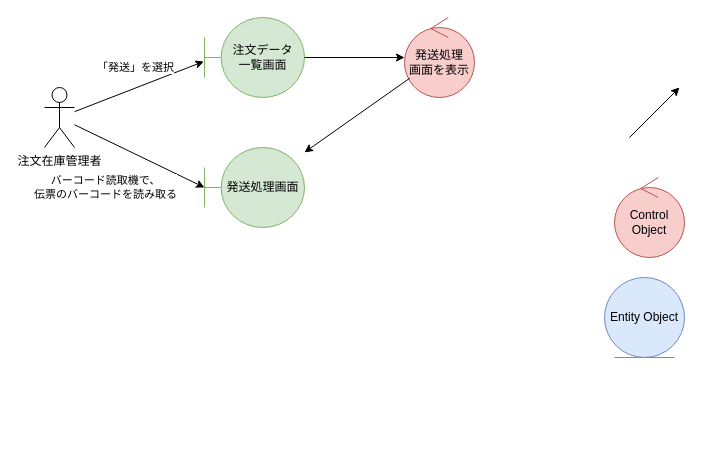
This is BB/analysis_sending.drawio from FujikawaHirono0520/group3_1_dogdog, a draw.io file, before an edit. Source tidied: cells renumbered, new cells numbered last; positions are measured from the earlier drawing's top-left corner, leaving out a move shared by most shapes. Both pictures are drawn from the tidied source at 100%, with x=0, y=0 at pixel (44, 17).
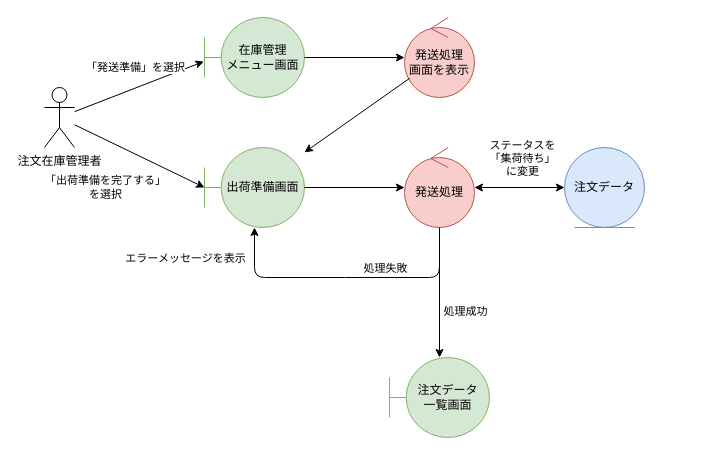
The same diagram, later.

Unchanged cells that the change refers to:
```xml
<mxCell id="6" style="endArrow=classic;html=1;entryX=0;entryY=0.5;entryDx=0;entryDy=0;entryPerimeter=0;" parent="1" edge="1" source="2" target="12">
  <mxGeometry relative="1" as="geometry" />
</mxCell>
<mxCell id="8" style="endArrow=classic;html=1;entryX=-0.007;entryY=0.55;entryDx=0;entryDy=0;entryPerimeter=0;" parent="1" edge="1" source="2" target="3">
  <mxGeometry relative="1" as="geometry" />
</mxCell>
```

Diff of the diagram source:
```diff
@@
-    <mxCell id="3" value="注文データ&lt;div&gt;一覧画面&lt;/div&gt;" style="shape=umlBoundary;whiteSpace=wrap;html=1;fillColor=#d5e8d4;strokeColor=#82b366;" parent="1" vertex="1">
+    <mxCell id="3" value="在庫管理&lt;div&gt;メニュー画面&lt;/div&gt;" style="shape=umlBoundary;whiteSpace=wrap;html=1;fillColor=#d5e8d4;strokeColor=#82b366;" parent="1" vertex="1">
       <mxGeometry x="160" width="100" height="80" as="geometry" />
     </mxCell>
-    <mxCell id="4" value="Entity Object" style="ellipse;shape=umlEntity;whiteSpace=wrap;html=1;fillColor=#dae8fc;strokeColor=#6c8ebf;" parent="1" vertex="1">
-      <mxGeometry x="560" y="260" width="80" height="80" as="geometry" />
-    </mxCell>
-    <mxCell id="5" value="Control Object" style="ellipse;shape=umlControl;whiteSpace=wrap;html=1;fillColor=#f8cecc;strokeColor=#b85450;" parent="1" vertex="1">
-      <mxGeometry x="570" y="160" width="70" height="80" as="geometry" />
-    </mxCell>
@@
-    <mxCell id="7" value="バーコード読取機で、&lt;div&gt;伝票のバーコードを読み取る&lt;/div&gt;" style="edgeLabel;html=1;align=center;verticalAlign=middle;" parent="6" vertex="1">
+    <mxCell id="7" value="「出荷準備を完了する」&lt;div&gt;を選択&lt;/div&gt;" style="edgeLabel;html=1;align=center;verticalAlign=middle;" parent="6" vertex="1">
       <mxGeometry x="-0.11" y="-1" relative="1" as="geometry">
         <mxPoint x="-27" y="34" as="offset" />
       </mxGeometry>
     </mxCell>
@@
-    <mxCell id="9" value="「発送」を選択" style="edgeLabel;html=1;align=center;verticalAlign=middle;" parent="8" vertex="1">
+    <mxCell id="9" value="「発送準備」を選択" style="edgeLabel;html=1;align=center;verticalAlign=middle;" parent="8" vertex="1">
       <mxGeometry x="-0.02" relative="1" as="geometry">
         <mxPoint x="-3" y="-20" as="offset" />
       </mxGeometry>
     </mxCell>
@@
-    <mxCell id="12" value="&lt;div&gt;発送処理画面&lt;/div&gt;" style="shape=umlBoundary;whiteSpace=wrap;html=1;fillColor=#d5e8d4;strokeColor=#82b366;" parent="1" vertex="1">
+    <mxCell id="12" value="&lt;div&gt;出荷準備画面&lt;/div&gt;" style="shape=umlBoundary;whiteSpace=wrap;html=1;fillColor=#d5e8d4;strokeColor=#82b366;" parent="1" vertex="1">
       <mxGeometry x="160" y="130" width="100" height="80" as="geometry" />
     </mxCell>
-    <mxCell id="13" style="endArrow=classic;html=1;" parent="1" edge="1">
-      <mxGeometry relative="1" as="geometry">
-        <mxPoint x="585" y="120" as="sourcePoint" />
-        <mxPoint x="635" y="70" as="targetPoint" />
-      </mxGeometry>
+    <mxCell id="13" style="endArrow=classic;html=1;" parent="1" edge="1" source="16" target="24">
+      <mxGeometry relative="1" as="geometry" />
     </mxCell>
+    <mxCell id="15" value="処理成功" style="edgeLabel;html=1;align=center;verticalAlign=middle;" parent="13" vertex="1">
+      <mxGeometry x="0.28" y="-4" relative="1" as="geometry">
+        <mxPoint x="29" as="offset" />
+      </mxGeometry>
+    </mxCell>
@@
+    <mxCell id="16" value="発送処理" style="ellipse;shape=umlControl;whiteSpace=wrap;html=1;fillColor=#f8cecc;strokeColor=#b85450;" parent="1" vertex="1">
+      <mxGeometry x="360" y="130" width="70" height="80" as="geometry" />
+    </mxCell>
+    <mxCell id="17" style="endArrow=classic;html=1;" parent="1" edge="1" source="12" target="16">
+      <mxGeometry relative="1" as="geometry" />
+    </mxCell>
+    <mxCell id="18" value="注文データ" style="ellipse;shape=umlEntity;whiteSpace=wrap;html=1;fillColor=#dae8fc;strokeColor=#6c8ebf;" parent="1" vertex="1">
+      <mxGeometry x="520" y="130" width="80" height="80" as="geometry" />
+    </mxCell>
+    <mxCell id="19" style="endArrow=classic;startArrow=classic;html=1;" parent="1" edge="1" source="18" target="16">
+      <mxGeometry relative="1" as="geometry" />
+    </mxCell>
+    <mxCell id="20" value="ステータスを&lt;div&gt;「集荷待ち」&lt;/div&gt;&lt;div&gt;に変更&lt;/div&gt;" style="edgeLabel;html=1;align=center;verticalAlign=middle;" parent="19" vertex="1">
+      <mxGeometry x="-0.04" y="4" relative="1" as="geometry">
+        <mxPoint y="-34" as="offset" />
+      </mxGeometry>
+    </mxCell>
+    <mxCell id="21" style="endArrow=classic;html=1;" parent="1" edge="1" source="16" target="12">
+      <mxGeometry relative="1" as="geometry">
+        <Array as="points">
+          <mxPoint x="395" y="260" />
+          <mxPoint x="310" y="260" />
+          <mxPoint x="210" y="260" />
+        </Array>
+      </mxGeometry>
+    </mxCell>
+    <mxCell id="22" value="処理失敗" style="edgeLabel;html=1;align=center;verticalAlign=middle;" parent="21" vertex="1">
+      <mxGeometry x="0.06" y="4" relative="1" as="geometry">
+        <mxPoint x="46" y="-14" as="offset" />
+      </mxGeometry>
+    </mxCell>
+    <mxCell id="23" value="エラーメッセージを表示" style="edgeLabel;html=1;align=center;verticalAlign=middle;" parent="21" vertex="1">
+      <mxGeometry x="0.58" y="-2" relative="1" as="geometry">
+        <mxPoint x="-80" y="-18" as="offset" />
+      </mxGeometry>
+    </mxCell>
+    <mxCell id="24" value="&lt;div&gt;注文データ&lt;/div&gt;&lt;div&gt;一覧画面&lt;/div&gt;" style="shape=umlBoundary;whiteSpace=wrap;html=1;fillColor=#d5e8d4;strokeColor=#82b366;" parent="1" vertex="1">
+      <mxGeometry x="345" y="340" width="100" height="80" as="geometry" />
+    </mxCell>
```
